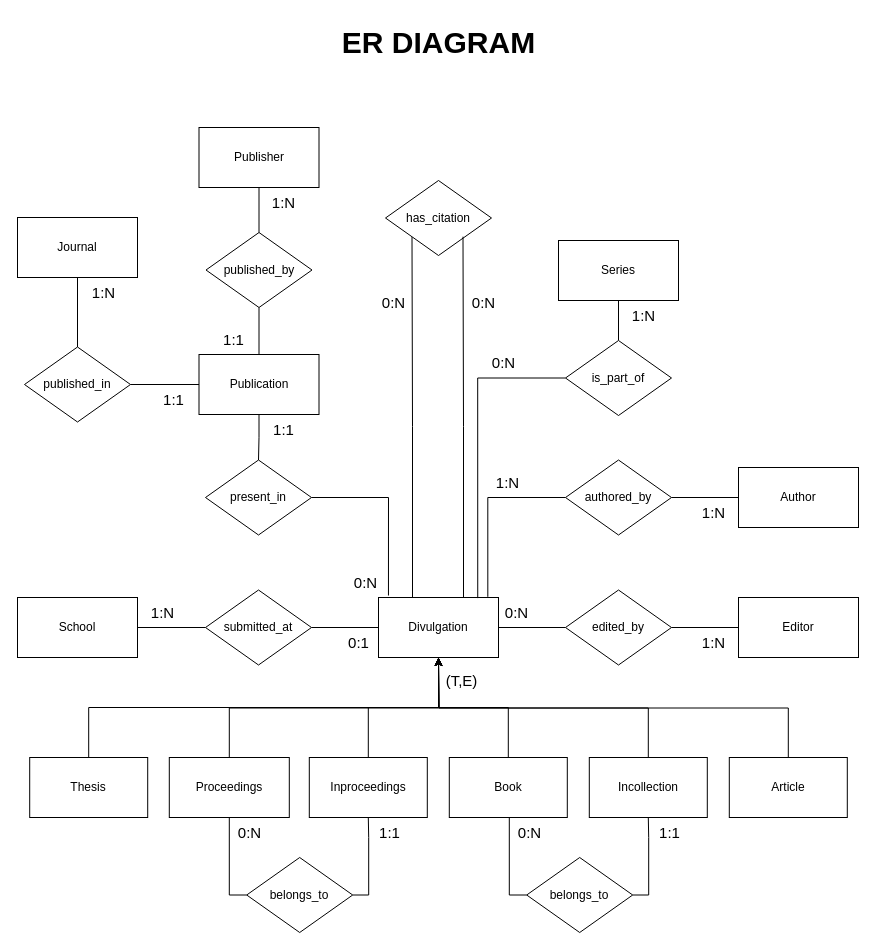
Above: page "Page-1" (1 of 2) of ER_diagram/ER_final.drawio in Ax-Time/smbud-project (draw.io), before the change. Source tidied: cells renumbered, new cells numbered last; positions are measured from the earlier drawing's top-left corner, leaving out a move shared by most shapes. Both pictures are drawn from the tidied source at 100%, with x=0, y=0 at pixel (17, 17).
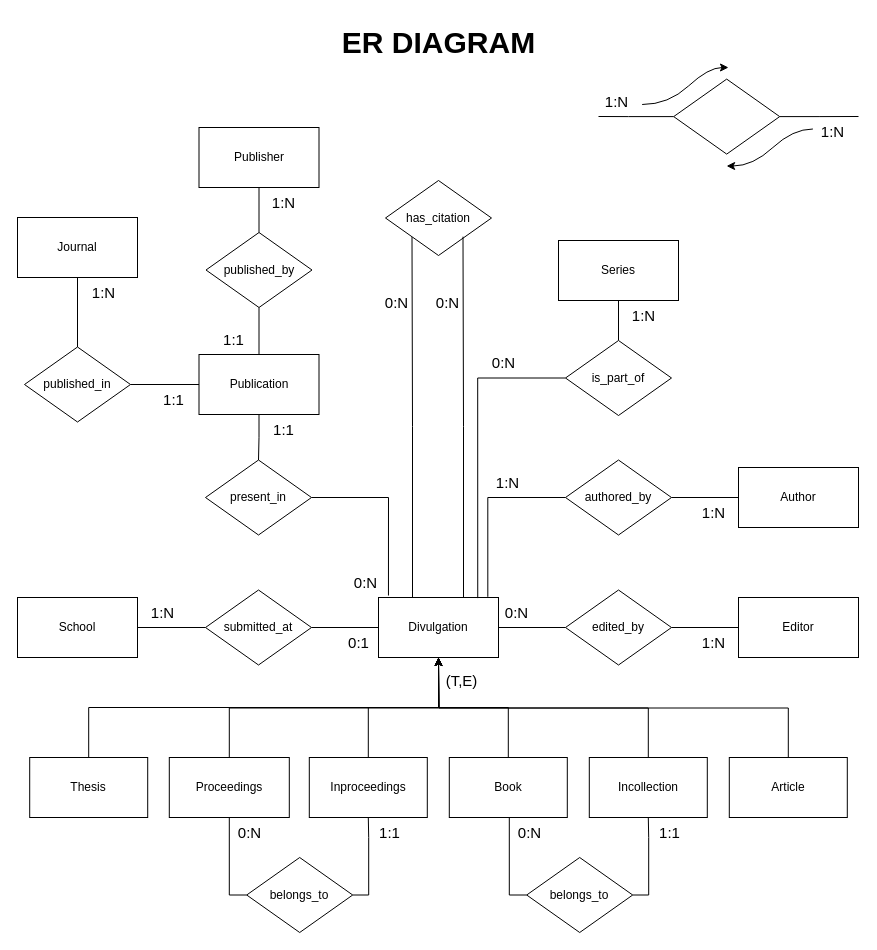
The same diagram, later.

The edit, as a diff of the source:
```diff
@@
     <mxCell id="45" value="0:N" style="text;html=1;align=center;verticalAlign=middle;strokeColor=none;fillColor=none;fontSize=15;" parent="1" vertex="1">
-      <mxGeometry x="351" y="270" width="50" height="30" as="geometry" />
+      <mxGeometry x="354" y="270" width="50" height="30" as="geometry" />
     </mxCell>
@@
     <mxCell id="55" value="0:N" style="text;html=1;align=center;verticalAlign=middle;strokeColor=none;fillColor=none;fontSize=15;" parent="1" vertex="1">
-      <mxGeometry x="441" y="270" width="50" height="30" as="geometry" />
+      <mxGeometry x="404.8" y="270" width="50" height="30" as="geometry" />
     </mxCell>
@@
+    <mxCell id="74" style="edgeStyle=orthogonalEdgeStyle;rounded=0;jettySize=auto;html=1;strokeColor=default;endArrow=none;endFill=0;" parent="1" edge="1" source="76">
+      <mxGeometry relative="1" as="geometry">
+        <mxPoint x="841" y="99" as="targetPoint" />
+      </mxGeometry>
+    </mxCell>
+    <mxCell id="75" style="edgeStyle=orthogonalEdgeStyle;rounded=0;jettySize=auto;html=1;exitX=0;exitY=0.5;exitDx=0;exitDy=0;endArrow=none;endFill=0;" parent="1" edge="1" source="76">
+      <mxGeometry relative="1" as="geometry">
+        <mxPoint x="581" y="99" as="targetPoint" />
+        <Array as="points">
+          <mxPoint x="611" y="99" />
+          <mxPoint x="611" y="99" />
+        </Array>
+      </mxGeometry>
+    </mxCell>
+    <mxCell id="76" style="rhombus;whiteSpace=wrap;html=1;" parent="1" vertex="1">
+      <mxGeometry x="656.2" y="61.6" width="106" height="75" as="geometry" />
+    </mxCell>
+    <mxCell id="77" value="1:N" style="text;html=1;align=center;verticalAlign=middle;points=[];strokeColor=none;fillColor=none;fontSize=15;" parent="1" vertex="1">
+      <mxGeometry x="574" y="69.1" width="50" height="30" as="geometry" />
+    </mxCell>
+    <mxCell id="78" value="1:N" style="text;html=1;align=center;verticalAlign=middle;strokeColor=none;fillColor=none;fontSize=15;" parent="1" vertex="1">
+      <mxGeometry x="789.8" y="99.1" width="50" height="30" as="geometry" />
+    </mxCell>
+    <mxCell id="79" style="curved=1;endArrow=classic;html=1;rounded=0;exitX=1.013;exitY=0.597;exitDx=0;exitDy=0;exitPerimeter=0;" parent="1" edge="1" source="77">
+      <mxGeometry relative="1" as="geometry">
+        <mxPoint x="711" y="50" as="targetPoint" />
+        <Array as="points">
+          <mxPoint x="651" y="87" />
+          <mxPoint x="691" y="50" />
+        </Array>
+      </mxGeometry>
+    </mxCell>
+    <mxCell id="80" style="curved=1;endArrow=none;html=1;rounded=0;exitX=1.013;exitY=0.597;exitDx=0;exitDy=0;exitPerimeter=0;startArrow=classic;startFill=1;endFill=0;" parent="1" edge="1">
+      <mxGeometry relative="1" as="geometry">
+        <mxPoint x="709.1" y="148.5" as="sourcePoint" />
+        <mxPoint x="795.4" y="111.5" as="targetPoint" />
+        <Array as="points">
+          <mxPoint x="735.4" y="148.5" />
+          <mxPoint x="775.4" y="111.5" />
+        </Array>
+      </mxGeometry>
+    </mxCell>
```
